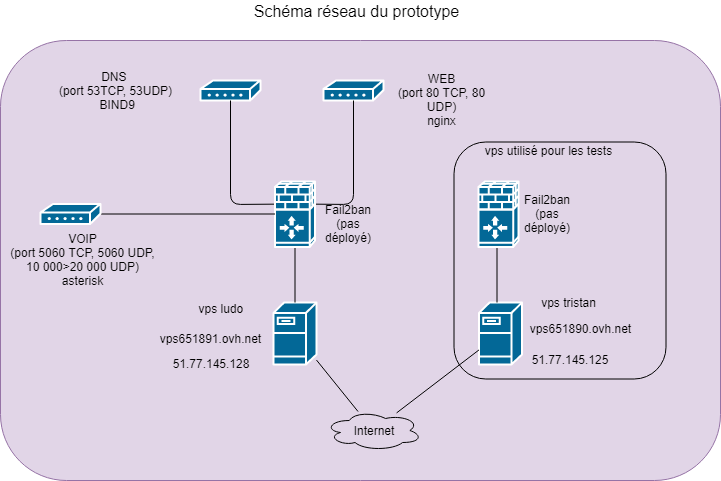
Before: schémas/WoodyToysVps.png, a diagram exported from draw.io (robinp12/Projet-Admin). Source tidied: cells renumbered, new cells last; positions are measured from the earlier drawing's top-left corner, leaving out a move shared by most shapes.
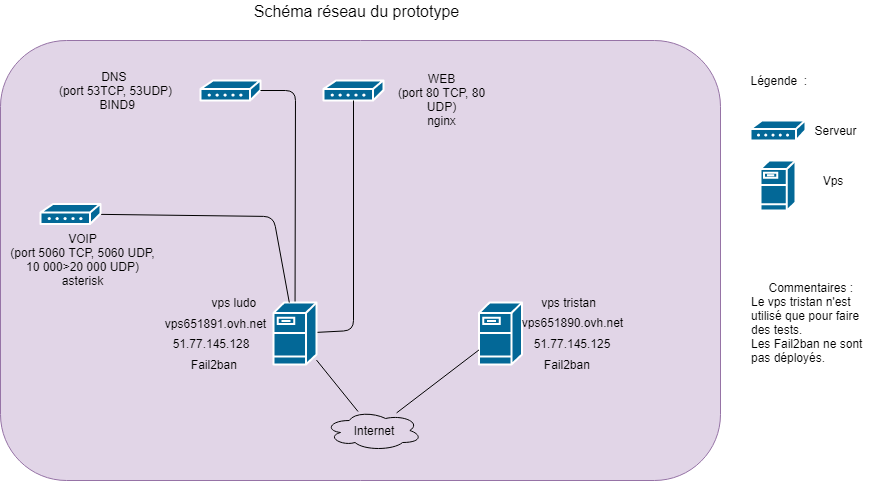
The same diagram one commit later.

Change to the diagram source:
```diff
@@ -17,28 +17,20 @@
     <mxCell id="6" style="shape=mxgraph.cisco.modems_and_phones.modem;html=1;dashed=0;fillColor=#036897;strokeColor=#ffffff;strokeWidth=2;verticalLabelPosition=bottom;verticalAlign=top;align=center;outlineConnect=0;" parent="1" vertex="1">
       <mxGeometry x="323" y="80" width="60" height="20" as="geometry" />
     </mxCell>
-    <mxCell id="7" style="endArrow=none;html=1;" parent="1" edge="1" target="5">
+    <mxCell id="7" style="endArrow=none;html=1;" parent="1" edge="1" source="17" target="5">
       <mxGeometry relative="1" as="geometry">
-        <mxPoint x="280" y="203.6" as="sourcePoint" />
         <Array as="points">
-          <mxPoint x="230" y="204" />
+          <mxPoint x="295" y="90" />
         </Array>
       </mxGeometry>
     </mxCell>
-    <mxCell id="8" style="endArrow=none;html=1;" parent="1" edge="1" target="6">
+    <mxCell id="8" style="endArrow=none;html=1;" parent="1" edge="1" source="17" target="6">
       <mxGeometry relative="1" as="geometry">
-        <mxPoint x="309" y="203.6" as="sourcePoint" />
         <Array as="points">
-          <mxPoint x="353" y="204" />
+          <mxPoint x="353" y="330" />
         </Array>
       </mxGeometry>
     </mxCell>
-    <mxCell id="9" style="endArrow=none;html=1;" parent="1" edge="1">
-      <mxGeometry relative="1" as="geometry">
-        <mxPoint x="496.5" y="237" as="sourcePoint" />
-        <mxPoint x="496.5" y="302" as="targetPoint" />
-      </mxGeometry>
-    </mxCell>
     <mxCell id="10" value="vps tristan" style="text;html=1;strokeColor=none;fillColor=none;align=center;verticalAlign=middle;whiteSpace=wrap;rounded=0;" parent="1" vertex="1">
       <mxGeometry x="528" y="292" width="80" height="20" as="geometry" />
     </mxCell>
@@ -48,47 +40,30 @@
     <mxCell id="12" value="WEB&lt;br&gt;(port 80 TCP, 80 UDP)&lt;br&gt;nginx&lt;br&gt;" style="text;html=1;strokeColor=none;fillColor=none;align=center;verticalAlign=middle;whiteSpace=wrap;rounded=0;" parent="1" vertex="1">
       <mxGeometry x="383" y="50" width="117" height="100" as="geometry" />
     </mxCell>
-    <mxCell id="13" value="Fail2ban (pas déployé)" style="text;html=1;strokeColor=none;fillColor=none;align=center;verticalAlign=middle;whiteSpace=wrap;rounded=0;" parent="1" vertex="1">
-      <mxGeometry x="323" y="213.5" width="50" height="20" as="geometry" />
+    <mxCell id="13" value="Fail2ban&amp;nbsp;&lt;br&gt;" style="text;html=1;strokeColor=none;fillColor=none;align=center;verticalAlign=middle;whiteSpace=wrap;rounded=0;" parent="1" vertex="1">
+      <mxGeometry x="190" y="354" width="50" height="20" as="geometry" />
     </mxCell>
-    <mxCell id="14" value="Fail2ban (pas déployé)" style="text;html=1;strokeColor=none;fillColor=none;align=center;verticalAlign=middle;whiteSpace=wrap;rounded=0;" parent="1" vertex="1">
-      <mxGeometry x="521.5" y="203.5" width="50" height="20" as="geometry" />
-    </mxCell>
     <mxCell id="15" value="vps651890.ovh.net" style="text;html=1;strokeColor=none;fillColor=none;align=center;verticalAlign=middle;whiteSpace=wrap;rounded=0;" parent="1" vertex="1">
-      <mxGeometry x="559.5" y="317.5" width="40" height="20" as="geometry" />
+      <mxGeometry x="551.5" y="312" width="40" height="20" as="geometry" />
     </mxCell>
     <mxCell id="16" value="51.77.145.125&lt;br&gt;" style="text;html=1;strokeColor=none;fillColor=none;align=center;verticalAlign=middle;whiteSpace=wrap;rounded=0;" parent="1" vertex="1">
-      <mxGeometry x="549.5" y="348.5" width="40" height="20" as="geometry" />
+      <mxGeometry x="551.5" y="332.5" width="40" height="20" as="geometry" />
     </mxCell>
+    <mxCell id="33" value="Fail2ban&amp;nbsp;&lt;br&gt;" style="text;html=1;strokeColor=none;fillColor=none;align=center;verticalAlign=middle;whiteSpace=wrap;rounded=0;" parent="1" vertex="1">
+      <mxGeometry x="548" y="354" width="40" height="20" as="geometry" />
+    </mxCell>
     <mxCell id="17" style="shape=mxgraph.cisco.servers.fileserver;html=1;dashed=0;fillColor=#036897;strokeColor=#ffffff;strokeWidth=2;verticalLabelPosition=bottom;verticalAlign=top;align=center;outlineConnect=0;" parent="1" vertex="1">
       <mxGeometry x="273" y="302" width="43" height="62" as="geometry" />
     </mxCell>
     <mxCell id="18" value="vps ludo&amp;nbsp;&lt;br&gt;" style="text;html=1;strokeColor=none;fillColor=none;align=center;verticalAlign=middle;whiteSpace=wrap;rounded=0;" parent="1" vertex="1">
-      <mxGeometry x="171.5" y="292.5" width="100" height="30" as="geometry" />
+      <mxGeometry x="185" y="287" width="100" height="30" as="geometry" />
     </mxCell>
     <mxCell id="19" value="vps651891.ovh.net" style="text;html=1;strokeColor=none;fillColor=none;align=center;verticalAlign=middle;whiteSpace=wrap;rounded=0;" parent="1" vertex="1">
-      <mxGeometry x="190" y="327.5" width="40" height="20" as="geometry" />
+      <mxGeometry x="195" y="313" width="40" height="20" as="geometry" />
     </mxCell>
     <mxCell id="20" value="51.77.145.128" style="text;html=1;strokeColor=none;fillColor=none;align=center;verticalAlign=middle;whiteSpace=wrap;rounded=0;" parent="1" vertex="1">
-      <mxGeometry x="190" y="352.5" width="40" height="20" as="geometry" />
+      <mxGeometry x="190" y="333" width="40" height="20" as="geometry" />
     </mxCell>
-    <mxCell id="21" style="endArrow=none;html=1;" parent="1" edge="1" target="17">
-      <mxGeometry relative="1" as="geometry">
-        <mxPoint x="294.5" y="237" as="sourcePoint" />
-      </mxGeometry>
-    </mxCell>
-    <mxCell id="22" style="shape=mxgraph.cisco.security.ios_firewall;html=1;dashed=0;fillColor=#036897;strokeColor=#ffffff;strokeWidth=2;verticalLabelPosition=bottom;verticalAlign=top;align=center;outlineConnect=0;" parent="1" vertex="1">
-      <mxGeometry x="274.5" y="180.5" width="40" height="66" as="geometry" />
-    </mxCell>
-    <mxCell id="23" style="shape=mxgraph.cisco.security.ios_firewall;html=1;dashed=0;fillColor=#036897;strokeColor=#ffffff;strokeWidth=2;verticalLabelPosition=bottom;verticalAlign=top;align=center;" parent="1" vertex="1">
-      <mxGeometry x="478" y="180.5" width="40" height="66" as="geometry" />
-    </mxCell>
-    <mxCell id="24" style="rounded=1;whiteSpace=wrap;html=1;fillColor=none;" parent="1" vertex="1">
-      <mxGeometry x="453.5" y="141.5" width="212" height="237" as="geometry" />
-    </mxCell>
-    <mxCell id="25" value="vps utilisé pour les tests" style="text;html=1;strokeColor=none;fillColor=none;align=center;verticalAlign=middle;whiteSpace=wrap;rounded=0;" parent="1" vertex="1">
-      <mxGeometry x="478" y="140" width="139" height="20" as="geometry" />
-    </mxCell>
     <mxCell id="26" style="ellipse;shape=cloud;whiteSpace=wrap;html=1;fillColor=none;" parent="1" vertex="1">
       <mxGeometry x="324.5" y="410" width="97" height="40" as="geometry" />
     </mxCell>
@@ -101,8 +76,12 @@
     <mxCell id="29" value="Internet" style="text;html=1;strokeColor=none;fillColor=none;align=center;verticalAlign=middle;whiteSpace=wrap;rounded=0;" parent="1" vertex="1">
       <mxGeometry x="353" y="420" width="40" height="20" as="geometry" />
     </mxCell>
-    <mxCell id="30" style="endArrow=none;html=1;" parent="1" edge="1" source="31" target="22">
-      <mxGeometry relative="1" as="geometry" />
+    <mxCell id="30" style="endArrow=none;html=1;" parent="1" edge="1" source="31" target="17">
+      <mxGeometry relative="1" as="geometry">
+        <Array as="points">
+          <mxPoint x="273" y="216" />
+        </Array>
+      </mxGeometry>
     </mxCell>
     <mxCell id="31" style="shape=mxgraph.cisco.modems_and_phones.modem;html=1;dashed=0;fillColor=#036897;strokeColor=#ffffff;strokeWidth=2;verticalLabelPosition=bottom;verticalAlign=top;align=center;outlineConnect=0;" parent="1" vertex="1">
       <mxGeometry x="40" y="203.5" width="60" height="20" as="geometry" />
@@ -110,5 +89,23 @@
     <mxCell id="32" value="VOIP&lt;br&gt;(port 5060 TCP, 5060 UDP, 10 000&amp;gt;20 000 UDP)&lt;br&gt;asterisk&lt;br&gt;" style="text;html=1;strokeColor=none;fillColor=none;align=center;verticalAlign=middle;whiteSpace=wrap;rounded=0;" parent="1" vertex="1">
       <mxGeometry x="5" y="250" width="155" height="20" as="geometry" />
     </mxCell>
+    <mxCell id="34" value="Légende&amp;nbsp; :&amp;nbsp;&lt;br&gt;" style="text;html=1;strokeColor=none;fillColor=none;align=center;verticalAlign=middle;whiteSpace=wrap;rounded=0;" parent="1" vertex="1">
+      <mxGeometry x="725" y="60" width="110" height="40" as="geometry" />
+    </mxCell>
+    <mxCell id="35" style="shape=mxgraph.cisco.modems_and_phones.modem;html=1;dashed=0;fillColor=#036897;strokeColor=#ffffff;strokeWidth=2;verticalLabelPosition=bottom;verticalAlign=top;align=center;" parent="1" vertex="1">
+      <mxGeometry x="750" y="120" width="55" height="20" as="geometry" />
+    </mxCell>
+    <mxCell id="36" style="shape=mxgraph.cisco.servers.fileserver;html=1;dashed=0;fillColor=#036897;strokeColor=#ffffff;strokeWidth=2;verticalLabelPosition=bottom;verticalAlign=top;align=center;" parent="1" vertex="1">
+      <mxGeometry x="760" y="160" width="35" height="50" as="geometry" />
+    </mxCell>
+    <mxCell id="37" value="Serveur" style="text;html=1;strokeColor=none;fillColor=none;align=center;verticalAlign=middle;whiteSpace=wrap;rounded=0;" parent="1" vertex="1">
+      <mxGeometry x="815" y="120" width="40" height="20" as="geometry" />
+    </mxCell>
+    <mxCell id="38" value="Vps" style="text;html=1;strokeColor=none;fillColor=none;align=center;verticalAlign=middle;whiteSpace=wrap;rounded=0;" parent="1" vertex="1">
+      <mxGeometry x="812" y="170" width="40" height="20" as="geometry" />
+    </mxCell>
+    <mxCell id="39" value="Commentaires :&amp;nbsp;&lt;br&gt;&lt;div style=&quot;text-align: left&quot;&gt;Le vps tristan n'est utilisé que pour faire des tests.&lt;/div&gt;&lt;div style=&quot;text-align: left&quot;&gt;Les Fail2ban ne sont pas déployés.&lt;/div&gt;" style="text;html=1;strokeColor=none;fillColor=none;align=center;verticalAlign=middle;whiteSpace=wrap;rounded=0;" parent="1" vertex="1">
+      <mxGeometry x="750" y="244" width="125" height="157" as="geometry" />
+    </mxCell>
   </root>
 </mxGraphModel>
```
